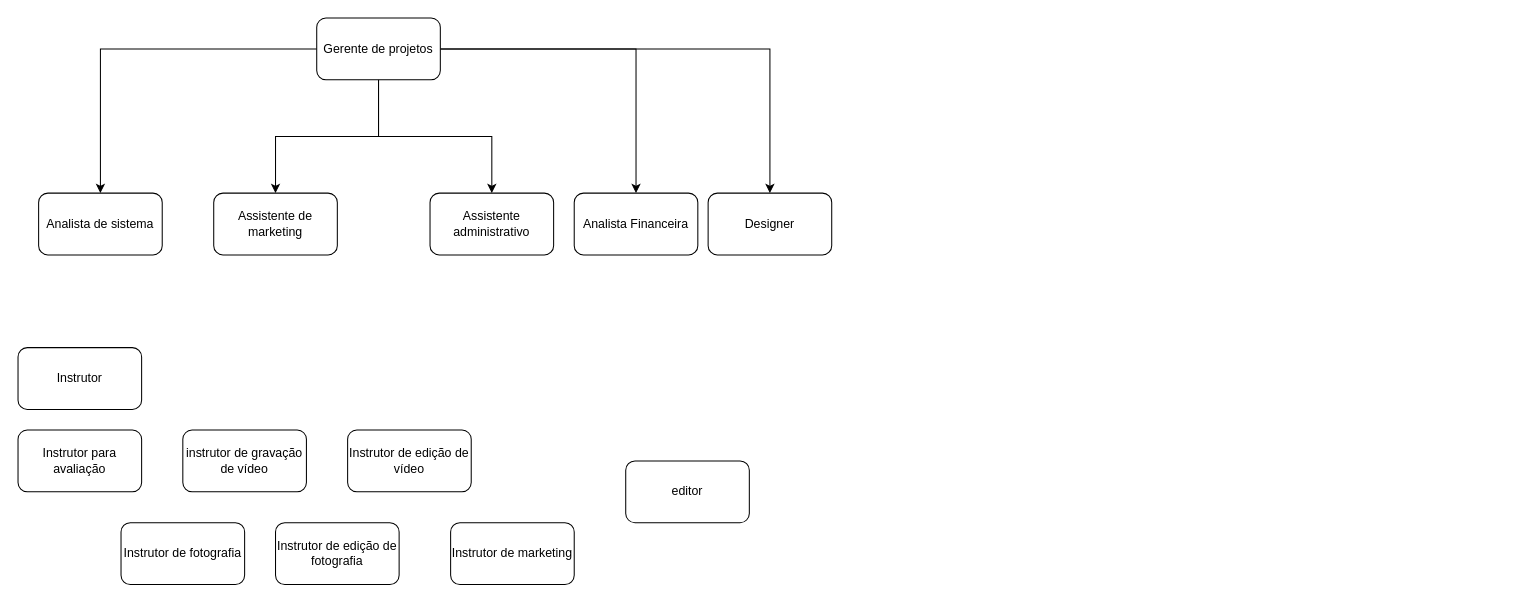
Earlier version of the draw.io diagram Untitled Diagram.drawio (gusleaooliveira/bpmn). Source tidied: cells renumbered, new cells numbered last; positions are measured from the earlier drawing's top-left corner, leaving out a move shared by most shapes. Both pictures are drawn from the tidied source at 103%, with x=0, y=0 at pixel (18, 18).
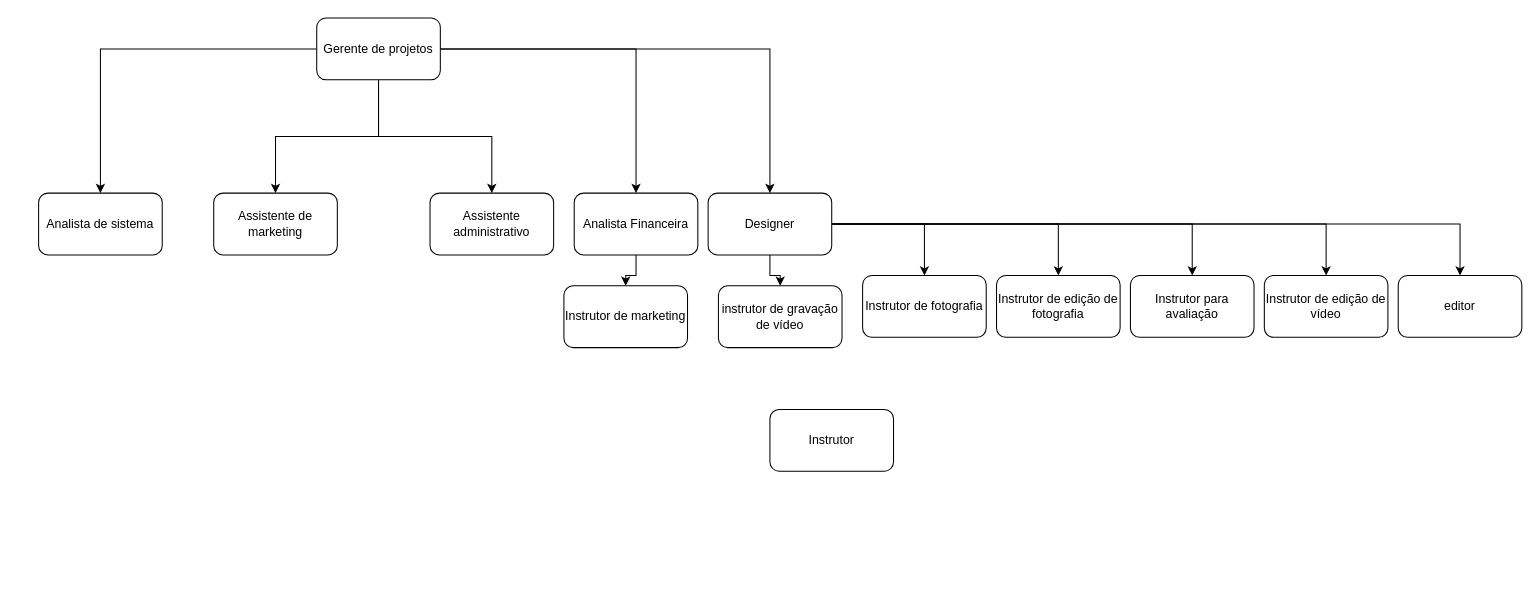
Above is the later version.

Unchanged cells that the change refers to:
```xml
<mxCell id="11" value="Analista Financeira" style="rounded=1;whiteSpace=wrap;html=1;" parent="1" vertex="1">
  <mxGeometry x="540" y="170" width="120" height="60" as="geometry" />
</mxCell>
<mxCell id="12" value="Designer" style="rounded=1;whiteSpace=wrap;html=1;" parent="1" vertex="1">
  <mxGeometry x="670" y="170" width="120" height="60" as="geometry" />
</mxCell>
```

The edit, as a diff of the source:
```diff
@@
+    <mxCell id="21" style="edgeStyle=orthogonalEdgeStyle;rounded=0;jettySize=auto;html=1;" parent="1" edge="1" source="11" target="18">
+      <mxGeometry relative="1" as="geometry" />
+    </mxCell>
@@
+    <mxCell id="22" style="edgeStyle=orthogonalEdgeStyle;rounded=0;jettySize=auto;html=1;" parent="1" edge="1" source="12" target="20">
+      <mxGeometry relative="1" as="geometry" />
+    </mxCell>
+    <mxCell id="23" style="edgeStyle=orthogonalEdgeStyle;rounded=0;jettySize=auto;html=1;" parent="1" edge="1" source="12" target="15">
+      <mxGeometry relative="1" as="geometry" />
+    </mxCell>
+    <mxCell id="24" style="edgeStyle=orthogonalEdgeStyle;rounded=0;jettySize=auto;html=1;" parent="1" edge="1" source="12" target="17">
+      <mxGeometry relative="1" as="geometry" />
+    </mxCell>
+    <mxCell id="25" style="edgeStyle=orthogonalEdgeStyle;rounded=0;jettySize=auto;html=1;" parent="1" edge="1" source="12" target="19">
+      <mxGeometry relative="1" as="geometry" />
+    </mxCell>
+    <mxCell id="26" style="edgeStyle=orthogonalEdgeStyle;rounded=0;jettySize=auto;html=1;" parent="1" edge="1" source="12" target="14">
+      <mxGeometry relative="1" as="geometry" />
+    </mxCell>
+    <mxCell id="27" style="edgeStyle=orthogonalEdgeStyle;rounded=0;jettySize=auto;html=1;" parent="1" edge="1" source="12" target="16">
+      <mxGeometry relative="1" as="geometry" />
+    </mxCell>
@@
     <mxCell id="13" value="Instrutor" style="rounded=1;whiteSpace=wrap;html=1;" parent="1" vertex="1">
-      <mxGeometry y="320" width="120" height="60" as="geometry" />
+      <mxGeometry x="730" y="380" width="120" height="60" as="geometry" />
     </mxCell>
     <mxCell id="14" value="&lt;span style=&quot;font-family: &amp;#34;arial&amp;#34; ; text-align: left ; background-color: rgb(255 , 255 , 255)&quot;&gt;instrutor de gravação de vídeo&lt;br&gt;&lt;/span&gt;" style="rounded=1;whiteSpace=wrap;html=1;" parent="1" vertex="1">
-      <mxGeometry x="160" y="400" width="120" height="60" as="geometry" />
+      <mxGeometry x="680" y="260" width="120" height="60" as="geometry" />
     </mxCell>
     <mxCell id="15" value="&lt;span style=&quot;font-family: &amp;#34;arial&amp;#34; ; text-align: left ; background-color: rgb(255 , 255 , 255)&quot;&gt;Instrutor de edição de vídeo&lt;br&gt;&lt;/span&gt;" style="rounded=1;whiteSpace=wrap;html=1;" parent="1" vertex="1">
-      <mxGeometry x="320" y="400" width="120" height="60" as="geometry" />
+      <mxGeometry x="1210" y="250" width="120" height="60" as="geometry" />
     </mxCell>
     <mxCell id="16" value="&lt;span style=&quot;font-family: &amp;#34;arial&amp;#34; ; text-align: left ; background-color: rgb(255 , 255 , 255)&quot;&gt;Instrutor de fotografia&lt;/span&gt;" style="rounded=1;whiteSpace=wrap;html=1;" parent="1" vertex="1">
-      <mxGeometry x="100" y="490" width="120" height="60" as="geometry" />
+      <mxGeometry x="820" y="250" width="120" height="60" as="geometry" />
     </mxCell>
     <mxCell id="17" value="&lt;span style=&quot;font-family: &amp;#34;arial&amp;#34; ; text-align: left ; background-color: rgb(255 , 255 , 255)&quot;&gt;Instrutor de edição de fotografia&lt;/span&gt;" style="rounded=1;whiteSpace=wrap;html=1;" parent="1" vertex="1">
-      <mxGeometry x="250" y="490" width="120" height="60" as="geometry" />
+      <mxGeometry x="950" y="250" width="120" height="60" as="geometry" />
     </mxCell>
     <mxCell id="18" value="&lt;span style=&quot;font-family: &amp;#34;arial&amp;#34; ; text-align: left ; background-color: rgb(255 , 255 , 255)&quot;&gt;Instrutor de marketing&lt;/span&gt;" style="rounded=1;whiteSpace=wrap;html=1;" parent="1" vertex="1">
-      <mxGeometry x="420" y="490" width="120" height="60" as="geometry" />
+      <mxGeometry x="530" y="260" width="120" height="60" as="geometry" />
     </mxCell>
     <mxCell id="19" value="&lt;span style=&quot;font-family: &amp;#34;arial&amp;#34; ; text-align: left ; background-color: rgb(255 , 255 , 255)&quot;&gt;Instrutor para avaliação&lt;/span&gt;" style="rounded=1;whiteSpace=wrap;html=1;" parent="1" vertex="1">
-      <mxGeometry y="400" width="120" height="60" as="geometry" />
+      <mxGeometry x="1080" y="250" width="120" height="60" as="geometry" />
     </mxCell>
     <mxCell id="20" value="&lt;span style=&quot;font-family: &amp;#34;arial&amp;#34; ; text-align: left ; background-color: rgb(255 , 255 , 255)&quot;&gt;editor&lt;/span&gt;" style="rounded=1;whiteSpace=wrap;html=1;" parent="1" vertex="1">
-      <mxGeometry x="590" y="430" width="120" height="60" as="geometry" />
+      <mxGeometry x="1340" y="250" width="120" height="60" as="geometry" />
     </mxCell>
```
